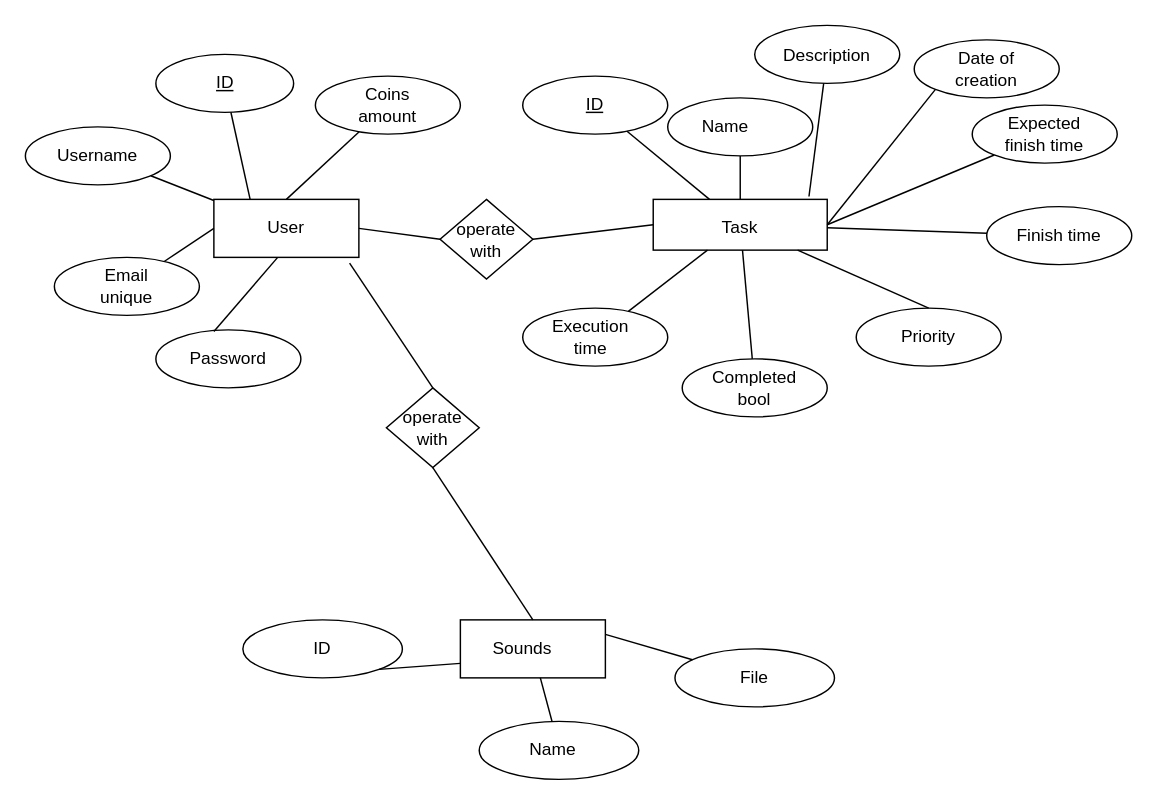
Above: Docs/T&T ER diagram.drawio in AndriyK12/TimeAndTune (draw.io), before the change. Source tidied: cells renumbered, new cells numbered last; positions are measured from the earlier drawing's top-left corner, leaving out a move shared by most shapes. Both pictures are drawn from the tidied source at 145%, with x=0, y=0 at pixel (25, 25).
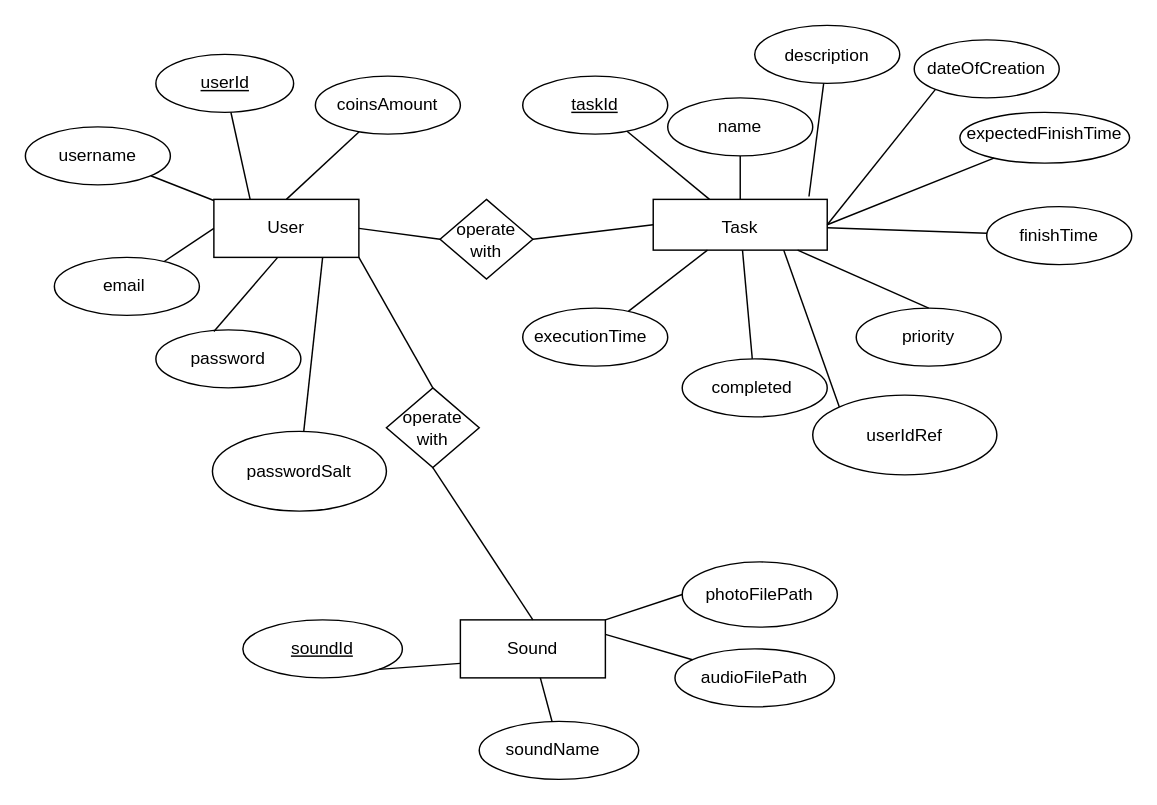
After the change.

Unchanged cells that the change refers to:
```xml
<mxCell id="2" style="rounded=0;whiteSpace=wrap;html=1;" parent="1" vertex="1">
  <mxGeometry x="130" y="120" width="100" height="40" as="geometry" />
</mxCell>
<mxCell id="19" style="rounded=0;whiteSpace=wrap;html=1;" parent="1" vertex="1">
  <mxGeometry x="433" y="120" width="120" height="35" as="geometry" />
</mxCell>
<mxCell id="48" style="rounded=0;whiteSpace=wrap;html=1;" parent="1" vertex="1">
  <mxGeometry x="300" y="410" width="100" height="40" as="geometry" />
</mxCell>
<mxCell id="62" value="operate with" style="rhombus;whiteSpace=wrap;html=1;" parent="1" vertex="1">
  <mxGeometry x="249" y="250" width="64" height="55" as="geometry" />
</mxCell>
```

What changed in the source:
```diff
@@
-    <mxCell id="12" value="ID" style="text;html=1;strokeColor=none;fillColor=none;align=center;verticalAlign=middle;whiteSpace=wrap;rounded=0;fontStyle=4;" parent="1" vertex="1">
+    <mxCell id="12" value="userId" style="text;html=1;strokeColor=none;fillColor=none;align=center;verticalAlign=middle;whiteSpace=wrap;rounded=0;fontStyle=4;" parent="1" vertex="1">
       <mxGeometry x="107.5" y="25" width="60" height="30" as="geometry" />
     </mxCell>
-    <mxCell id="13" value="Username" style="text;html=1;strokeColor=none;fillColor=none;align=center;verticalAlign=middle;whiteSpace=wrap;rounded=0;" parent="1" vertex="1">
+    <mxCell id="13" value="username" style="text;html=1;strokeColor=none;fillColor=none;align=center;verticalAlign=middle;whiteSpace=wrap;rounded=0;" parent="1" vertex="1">
       <mxGeometry x="20" y="75" width="60" height="30" as="geometry" />
     </mxCell>
-    <mxCell id="14" value="Password" style="text;html=1;strokeColor=none;fillColor=none;align=center;verticalAlign=middle;whiteSpace=wrap;rounded=0;" parent="1" vertex="1">
+    <mxCell id="14" value="password" style="text;html=1;strokeColor=none;fillColor=none;align=center;verticalAlign=middle;whiteSpace=wrap;rounded=0;" parent="1" vertex="1">
       <mxGeometry x="110" y="215" width="60" height="30" as="geometry" />
     </mxCell>
-    <mxCell id="15" value="Email unique" style="text;html=1;strokeColor=none;fillColor=none;align=center;verticalAlign=middle;whiteSpace=wrap;rounded=0;" parent="1" vertex="1">
+    <mxCell id="15" value="email&amp;nbsp;" style="text;html=1;strokeColor=none;fillColor=none;align=center;verticalAlign=middle;whiteSpace=wrap;rounded=0;" parent="1" vertex="1">
       <mxGeometry x="40" y="165" width="60" height="30" as="geometry" />
     </mxCell>
@@
-    <mxCell id="18" value="Coins amount" style="text;html=1;strokeColor=none;fillColor=none;align=center;verticalAlign=middle;whiteSpace=wrap;rounded=0;" parent="1" vertex="1">
+    <mxCell id="18" value="coinsAmount" style="text;html=1;strokeColor=none;fillColor=none;align=center;verticalAlign=middle;whiteSpace=wrap;rounded=0;" parent="1" vertex="1">
       <mxGeometry x="220" y="40" width="60" height="30" as="geometry" />
     </mxCell>
@@
     <mxCell id="24" style="ellipse;whiteSpace=wrap;html=1;" parent="1" vertex="1">
-      <mxGeometry x="653" y="55" width="100" height="40" as="geometry" />
+      <mxGeometry x="644.5" y="60" width="117" height="35" as="geometry" />
     </mxCell>
@@
-    <mxCell id="39" value="ID" style="text;html=1;strokeColor=none;fillColor=none;align=center;verticalAlign=middle;whiteSpace=wrap;rounded=0;fontStyle=4;" parent="1" vertex="1">
+    <mxCell id="39" value="taskId" style="text;html=1;strokeColor=none;fillColor=none;align=center;verticalAlign=middle;whiteSpace=wrap;rounded=0;fontStyle=4;" parent="1" vertex="1">
       <mxGeometry x="363" y="40" width="60" height="30" as="geometry" />
     </mxCell>
-    <mxCell id="40" value="Name" style="text;html=1;strokeColor=none;fillColor=none;align=center;verticalAlign=middle;whiteSpace=wrap;rounded=0;" parent="1" vertex="1">
-      <mxGeometry x="453" y="55" width="60" height="30" as="geometry" />
+    <mxCell id="40" value="name" style="text;html=1;strokeColor=none;fillColor=none;align=center;verticalAlign=middle;whiteSpace=wrap;rounded=0;" parent="1" vertex="1">
+      <mxGeometry x="463" y="55" width="60" height="30" as="geometry" />
     </mxCell>
-    <mxCell id="41" value="Description" style="text;html=1;strokeColor=none;fillColor=none;align=center;verticalAlign=middle;whiteSpace=wrap;rounded=0;" parent="1" vertex="1">
+    <mxCell id="41" value="description" style="text;html=1;strokeColor=none;fillColor=none;align=center;verticalAlign=middle;whiteSpace=wrap;rounded=0;" parent="1" vertex="1">
       <mxGeometry x="523" y="6" width="60" height="30" as="geometry" />
     </mxCell>
-    <mxCell id="42" value="Date of creation" style="text;html=1;strokeColor=none;fillColor=none;align=center;verticalAlign=middle;whiteSpace=wrap;rounded=0;" parent="1" vertex="1">
+    <mxCell id="42" value="dateOfCreation" style="text;html=1;strokeColor=none;fillColor=none;align=center;verticalAlign=middle;whiteSpace=wrap;rounded=0;" parent="1" vertex="1">
       <mxGeometry x="633" y="15" width="60" height="30" as="geometry" />
     </mxCell>
-    <mxCell id="43" value="Expected finish time" style="text;html=1;strokeColor=none;fillColor=none;align=center;verticalAlign=middle;whiteSpace=wrap;rounded=0;" parent="1" vertex="1">
+    <mxCell id="43" value="expectedFinishTime" style="text;html=1;strokeColor=none;fillColor=none;align=center;verticalAlign=middle;whiteSpace=wrap;rounded=0;" parent="1" vertex="1">
       <mxGeometry x="673" y="60" width="60" height="30" as="geometry" />
     </mxCell>
-    <mxCell id="44" value="Finish time" style="text;html=1;strokeColor=none;fillColor=none;align=center;verticalAlign=middle;whiteSpace=wrap;rounded=0;" parent="1" vertex="1">
+    <mxCell id="44" value="finishTime" style="text;html=1;strokeColor=none;fillColor=none;align=center;verticalAlign=middle;whiteSpace=wrap;rounded=0;" parent="1" vertex="1">
       <mxGeometry x="683" y="130" width="60" height="30" as="geometry" />
     </mxCell>
-    <mxCell id="45" value="Priority" style="text;html=1;strokeColor=none;fillColor=none;align=center;verticalAlign=middle;whiteSpace=wrap;rounded=0;" parent="1" vertex="1">
+    <mxCell id="45" value="priority" style="text;html=1;strokeColor=none;fillColor=none;align=center;verticalAlign=middle;whiteSpace=wrap;rounded=0;" parent="1" vertex="1">
       <mxGeometry x="593" y="200" width="60" height="30" as="geometry" />
     </mxCell>
-    <mxCell id="46" value="Completed bool" style="text;html=1;strokeColor=none;fillColor=none;align=center;verticalAlign=middle;whiteSpace=wrap;rounded=0;" parent="1" vertex="1">
+    <mxCell id="46" value="completed&amp;nbsp;" style="text;html=1;strokeColor=none;fillColor=none;align=center;verticalAlign=middle;whiteSpace=wrap;rounded=0;" parent="1" vertex="1">
       <mxGeometry x="473" y="235" width="60" height="30" as="geometry" />
     </mxCell>
-    <mxCell id="47" value="Execution time" style="text;html=1;strokeColor=none;fillColor=none;align=center;verticalAlign=middle;whiteSpace=wrap;rounded=0;" parent="1" vertex="1">
+    <mxCell id="47" value="executionTime" style="text;html=1;strokeColor=none;fillColor=none;align=center;verticalAlign=middle;whiteSpace=wrap;rounded=0;" parent="1" vertex="1">
       <mxGeometry x="360" y="200" width="60" height="30" as="geometry" />
     </mxCell>
@@
-    <mxCell id="49" style="ellipse;whiteSpace=wrap;html=1;" parent="1" vertex="1">
+    <mxCell id="49" value="&lt;u&gt;soundId&lt;/u&gt;" style="ellipse;whiteSpace=wrap;html=1;" parent="1" vertex="1">
       <mxGeometry x="150" y="410" width="110" height="40" as="geometry" />
     </mxCell>
@@
-    <mxCell id="52" value="Sounds" style="text;html=1;strokeColor=none;fillColor=none;align=center;verticalAlign=middle;whiteSpace=wrap;rounded=0;" parent="1" vertex="1">
-      <mxGeometry x="313" y="415" width="60" height="30" as="geometry" />
+    <mxCell id="52" value="Sound" style="text;html=1;strokeColor=none;fillColor=none;align=center;verticalAlign=middle;whiteSpace=wrap;rounded=0;" parent="1" vertex="1">
+      <mxGeometry x="320" y="415" width="60" height="30" as="geometry" />
     </mxCell>
-    <mxCell id="53" value="ID" style="text;html=1;strokeColor=none;fillColor=none;align=center;verticalAlign=middle;whiteSpace=wrap;rounded=0;" parent="1" vertex="1">
-      <mxGeometry x="175" y="415" width="60" height="30" as="geometry" />
-    </mxCell>
-    <mxCell id="54" value="Name" style="text;html=1;strokeColor=none;fillColor=none;align=center;verticalAlign=middle;whiteSpace=wrap;rounded=0;" parent="1" vertex="1">
+    <mxCell id="54" value="soundName" style="text;html=1;strokeColor=none;fillColor=none;align=center;verticalAlign=middle;whiteSpace=wrap;rounded=0;" parent="1" vertex="1">
       <mxGeometry x="334" y="485" width="60" height="30" as="geometry" />
     </mxCell>
-    <mxCell id="55" value="File" style="text;html=1;strokeColor=none;fillColor=none;align=center;verticalAlign=middle;whiteSpace=wrap;rounded=0;" parent="1" vertex="1">
+    <mxCell id="55" value="audioFilePath" style="text;html=1;strokeColor=none;fillColor=none;align=center;verticalAlign=middle;whiteSpace=wrap;rounded=0;" parent="1" vertex="1">
       <mxGeometry x="473" y="435" width="60" height="30" as="geometry" />
     </mxCell>
@@
-    <mxCell id="64" style="endArrow=none;html=1;rounded=0;entryX=0.936;entryY=1.1;entryDx=0;entryDy=0;entryPerimeter=0;exitX=0.5;exitY=0;exitDx=0;exitDy=0;" parent="1" edge="1" source="62" target="2">
-      <mxGeometry relative="1" as="geometry" />
+    <mxCell id="64" style="endArrow=none;html=1;rounded=0;exitX=0.5;exitY=0;exitDx=0;exitDy=0;" parent="1" edge="1" source="62">
+      <mxGeometry relative="1" as="geometry">
+        <mxPoint x="230" y="160" as="targetPoint" />
+      </mxGeometry>
     </mxCell>
+    <mxCell id="65" value="photoFilePath" style="ellipse;whiteSpace=wrap;html=1;" parent="1" vertex="1">
+      <mxGeometry x="453" y="370" width="107" height="45" as="geometry" />
+    </mxCell>
+    <mxCell id="66" style="endArrow=none;html=1;rounded=0;entryX=0;entryY=0.5;entryDx=0;entryDy=0;exitX=1;exitY=0;exitDx=0;exitDy=0;" parent="1" edge="1" source="48" target="65">
+      <mxGeometry relative="1" as="geometry" />
+    </mxCell>
+    <mxCell id="67" value="passwordSalt" style="ellipse;whiteSpace=wrap;html=1;" parent="1" vertex="1">
+      <mxGeometry x="129" y="280" width="120" height="55" as="geometry" />
+    </mxCell>
+    <mxCell id="68" style="endArrow=none;html=1;rounded=0;entryX=0.75;entryY=1;entryDx=0;entryDy=0;" parent="1" edge="1" source="67" target="2">
+      <mxGeometry relative="1" as="geometry" />
+    </mxCell>
+    <mxCell id="69" value="userIdRef" style="ellipse;whiteSpace=wrap;html=1;" parent="1" vertex="1">
+      <mxGeometry x="543" y="255" width="127" height="55" as="geometry" />
+    </mxCell>
+    <mxCell id="70" style="endArrow=none;html=1;rounded=0;exitX=0;exitY=0;exitDx=0;exitDy=0;entryX=0.75;entryY=1;entryDx=0;entryDy=0;" parent="1" edge="1" source="69" target="19">
+      <mxGeometry relative="1" as="geometry" />
+    </mxCell>
```
